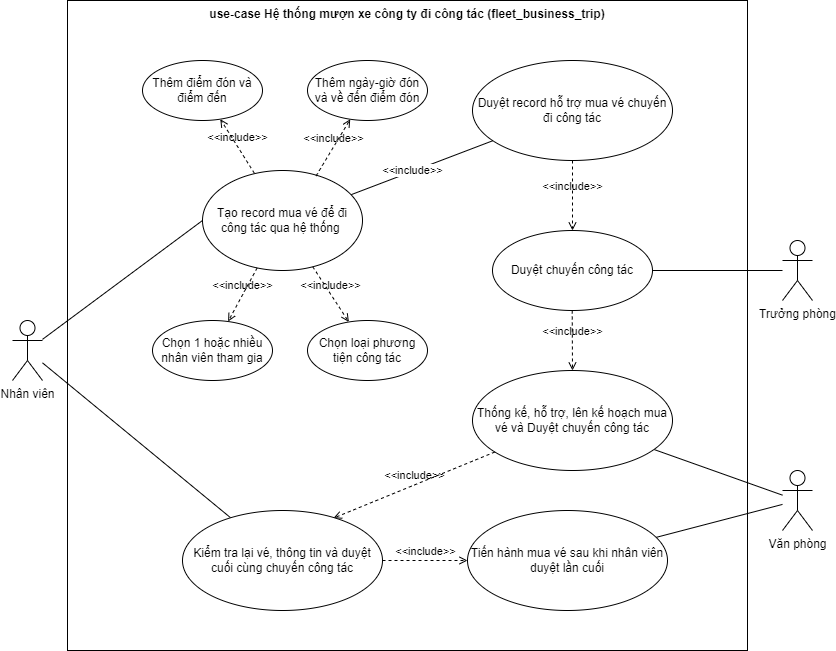
Before: uml-diargrams/uml_use-case_fleet_business_rent.png, a diagram exported from draw.io (NgoHuuNghia/odoo15-digitalocean). Source tidied: cells renumbered, new cells last; positions are measured from the earlier drawing's top-left corner, leaving out a move shared by most shapes.
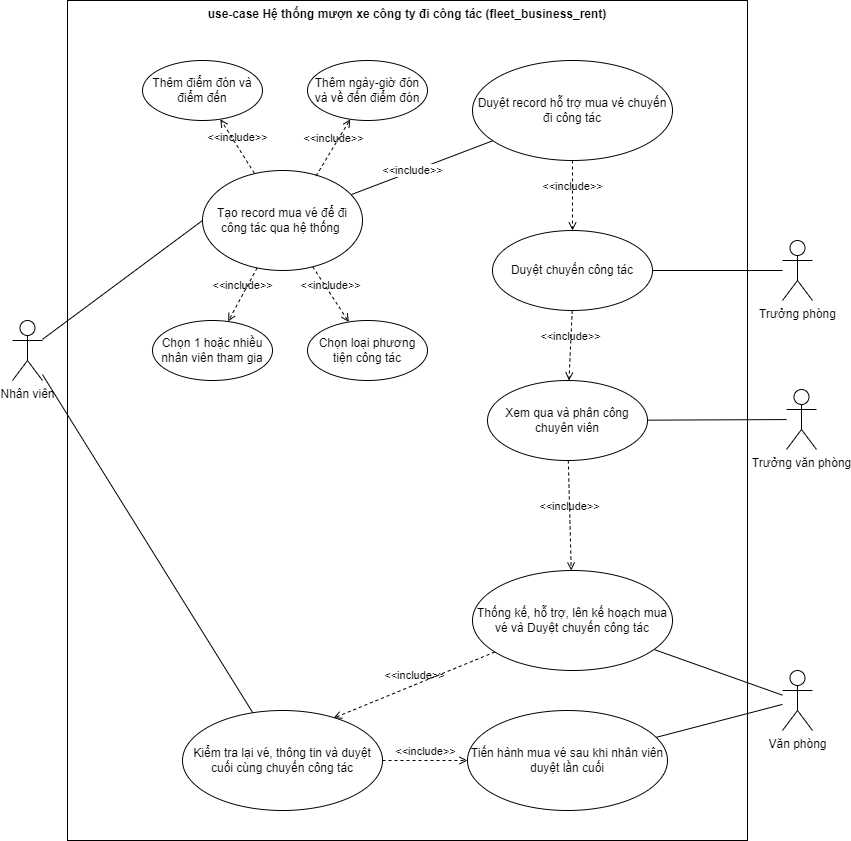
The same diagram one commit later.

Change to the diagram source:
```diff
@@ -2,8 +2,8 @@
   <root>
     <mxCell id="0" />
     <mxCell id="1" parent="0" />
-    <mxCell id="2" value="use-case Hệ thống mượn xe công ty đi công tác (fleet_business_trip)" style="shape=rect;html=1;verticalAlign=top;fontStyle=1;whiteSpace=wrap;align=center;" parent="1" vertex="1">
-      <mxGeometry x="55" width="680" height="650" as="geometry" />
+    <mxCell id="2" value="use-case Hệ thống mượn xe công ty đi công tác (fleet_business_rent)" style="shape=rect;html=1;verticalAlign=top;fontStyle=1;whiteSpace=wrap;align=center;" parent="1" vertex="1">
+      <mxGeometry x="55" width="680" height="840" as="geometry" />
     </mxCell>
     <mxCell id="3" style="edgeStyle=none;html=1;entryX=0;entryY=0.5;entryDx=0;entryDy=0;fontFamily=Helvetica;fontSize=12;fontColor=default;endArrow=none;endFill=0;" parent="1" edge="1" source="5" target="8">
       <mxGeometry relative="1" as="geometry" />
@@ -68,12 +68,12 @@
       <mxGeometry relative="1" as="geometry" />
     </mxCell>
     <mxCell id="23" value="Văn phòng" style="shape=umlActor;html=1;verticalLabelPosition=bottom;verticalAlign=top;align=center;" parent="1" vertex="1">
-      <mxGeometry x="770" y="470" width="30" height="60" as="geometry" />
+      <mxGeometry x="770" y="670" width="30" height="60" as="geometry" />
     </mxCell>
     <mxCell id="24" value="Thống kế, hỗ trợ, lên kế hoạch mua vé và Duyệt chuyến công tác" style="ellipse;whiteSpace=wrap;html=1;verticalAlign=middle;" parent="1" vertex="1">
-      <mxGeometry x="460" y="370" width="200" height="100" as="geometry" />
+      <mxGeometry x="460" y="570" width="200" height="100" as="geometry" />
     </mxCell>
-    <mxCell id="25" value="&amp;lt;&amp;lt;include&amp;gt;&amp;gt;" style="edgeStyle=none;html=1;endArrow=open;verticalAlign=bottom;dashed=1;labelBackgroundColor=none;" parent="1" edge="1" target="24">
+    <mxCell id="25" value="&amp;lt;&amp;lt;include&amp;gt;&amp;gt;" style="edgeStyle=none;html=1;endArrow=open;verticalAlign=bottom;dashed=1;labelBackgroundColor=none;" parent="1" edge="1" target="33">
       <mxGeometry relative="1" as="geometry">
         <mxPoint x="559.7" y="310" as="sourcePoint" />
       </mxGeometry>
@@ -82,16 +82,28 @@
       <mxGeometry relative="1" as="geometry" />
     </mxCell>
     <mxCell id="27" value="Tiến hành mua vé sau khi nhân viên duyệt lần cuối" style="ellipse;whiteSpace=wrap;html=1;verticalAlign=middle;" parent="1" vertex="1">
-      <mxGeometry x="455" y="510" width="200" height="100" as="geometry" />
+      <mxGeometry x="455" y="710" width="200" height="100" as="geometry" />
     </mxCell>
     <mxCell id="28" value="&amp;lt;&amp;lt;include&amp;gt;&amp;gt;" style="edgeStyle=none;html=1;endArrow=open;verticalAlign=bottom;dashed=1;labelBackgroundColor=none;entryX=0.755;entryY=0.076;entryDx=0;entryDy=0;entryPerimeter=0;" parent="1" edge="1" source="24" target="29">
       <mxGeometry relative="1" as="geometry" />
     </mxCell>
     <mxCell id="29" value="Kiểm tra lại vé, thông tin và duyệt cuối cùng chuyến công tác" style="ellipse;whiteSpace=wrap;html=1;verticalAlign=middle;" parent="1" vertex="1">
-      <mxGeometry x="170" y="510" width="200" height="100" as="geometry" />
+      <mxGeometry x="170" y="710" width="200" height="100" as="geometry" />
     </mxCell>
     <mxCell id="30" value="&amp;lt;&amp;lt;include&amp;gt;&amp;gt;" style="edgeStyle=none;html=1;endArrow=open;verticalAlign=bottom;dashed=1;labelBackgroundColor=none;entryX=0;entryY=0.5;entryDx=0;entryDy=0;" parent="1" edge="1" source="29" target="27">
       <mxGeometry relative="1" as="geometry" />
     </mxCell>
+    <mxCell id="31" style="edgeStyle=none;html=1;endArrow=none;endFill=0;" parent="1" edge="1" source="32" target="33">
+      <mxGeometry relative="1" as="geometry" />
+    </mxCell>
+    <mxCell id="32" value="Trưởng văn phòng" style="shape=umlActor;html=1;verticalLabelPosition=bottom;verticalAlign=top;align=center;" parent="1" vertex="1">
+      <mxGeometry x="774" y="389" width="30" height="60" as="geometry" />
+    </mxCell>
+    <mxCell id="33" value="Xem qua và phân công chuyên viên" style="ellipse;whiteSpace=wrap;html=1;verticalAlign=middle;" parent="1" vertex="1">
+      <mxGeometry x="475" y="380" width="160" height="80" as="geometry" />
+    </mxCell>
+    <mxCell id="34" value="&amp;lt;&amp;lt;include&amp;gt;&amp;gt;" style="edgeStyle=none;html=1;endArrow=open;verticalAlign=bottom;dashed=1;labelBackgroundColor=none;" parent="1" edge="1" source="33" target="24">
+      <mxGeometry relative="1" as="geometry" />
+    </mxCell>
   </root>
 </mxGraphModel>
```
